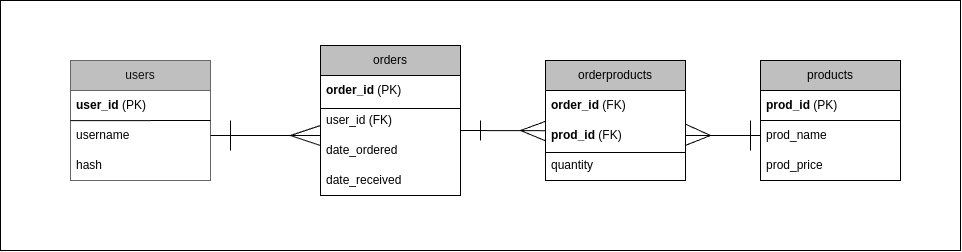
jsaropy/finalproject keeps this draw.io diagram as assets/DB-finalproject.png. Above is the earlier version. Source tidied: cells renumbered, new cells last; positions are measured from the earlier drawing's top-left corner, leaving out a move shared by most shapes.
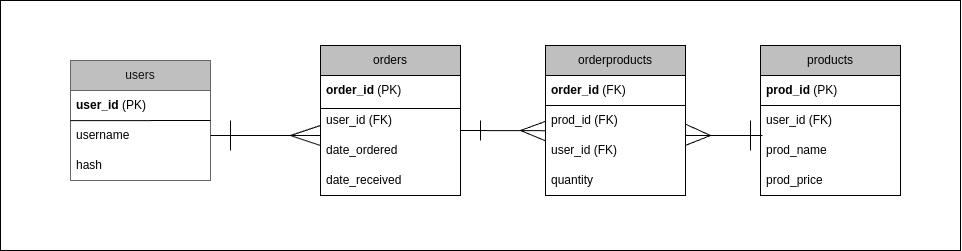
Above is the later version.

The edit, as a diff of the source:
```diff
@@ -21,7 +21,7 @@
       <mxGeometry relative="1" as="geometry" />
     </mxCell>
     <mxCell id="8" value="products" style="swimlane;fontStyle=0;horizontal=1;startSize=30;whiteSpace=wrap;html=1;fillColor=#BFBFBF;" parent="1" vertex="1">
-      <mxGeometry x="760" y="60" width="140" height="120" as="geometry" />
+      <mxGeometry x="760" y="45" width="140" height="150" as="geometry" />
     </mxCell>
     <mxCell id="9" value="&lt;b&gt;prod_id&lt;/b&gt; (PK)" style="text;strokeColor=none;fillColor=none;align=left;verticalAlign=middle;spacingLeft=4;spacingRight=4;overflow=hidden;whiteSpace=wrap;html=1;" parent="8" vertex="1">
       <mxGeometry y="30" width="140" height="30" as="geometry" />
@@ -32,11 +32,14 @@
         <mxPoint x="140" y="60" as="targetPoint" />
       </mxGeometry>
     </mxCell>
+    <mxCell id="36" value="user_id (FK)" style="text;strokeColor=none;fillColor=none;align=left;verticalAlign=middle;spacingLeft=4;spacingRight=4;overflow=hidden;whiteSpace=wrap;html=1;" parent="8" vertex="1">
+      <mxGeometry y="60" width="140" height="30" as="geometry" />
+    </mxCell>
     <mxCell id="11" value="prod_name" style="text;strokeColor=none;fillColor=none;align=left;verticalAlign=middle;spacingLeft=4;spacingRight=4;overflow=hidden;points=[[0,0.5],[1,0.5]];portConstraint=eastwest;whiteSpace=wrap;html=1;" parent="8" vertex="1">
-      <mxGeometry y="60" width="140" height="30" as="geometry" />
+      <mxGeometry y="90" width="140" height="30" as="geometry" />
     </mxCell>
     <mxCell id="12" value="prod_price" style="text;strokeColor=none;fillColor=none;align=left;verticalAlign=middle;spacingLeft=4;spacingRight=4;overflow=hidden;whiteSpace=wrap;html=1;" parent="8" vertex="1">
-      <mxGeometry y="90" width="140" height="30" as="geometry" />
+      <mxGeometry y="120" width="140" height="30" as="geometry" />
     </mxCell>
     <mxCell id="13" style="endArrow=none;html=1;rounded=0;exitX=1;exitY=0.5;exitDx=0;exitDy=0;" parent="1" edge="1" source="5">
       <mxGeometry relative="1" as="geometry">
@@ -83,36 +86,42 @@
       <mxGeometry y="120" width="140" height="30" as="geometry" />
     </mxCell>
     <mxCell id="23" value="orderproducts" style="swimlane;fontStyle=0;horizontal=1;startSize=30;whiteSpace=wrap;html=1;fillColor=#BFBFBF;" parent="1" vertex="1">
-      <mxGeometry x="545" y="60" width="140" height="120" as="geometry" />
+      <mxGeometry x="545" y="45" width="140" height="150" as="geometry" />
     </mxCell>
     <mxCell id="24" value="&lt;b&gt;order_id&lt;/b&gt; (FK)" style="text;strokeColor=none;fillColor=none;align=left;verticalAlign=middle;spacingLeft=4;spacingRight=4;overflow=hidden;whiteSpace=wrap;html=1;" parent="23" vertex="1">
       <mxGeometry y="30" width="140" height="30" as="geometry" />
     </mxCell>
     <mxCell id="25" style="endArrow=none;html=1;rounded=0;exitX=-0.001;exitY=1.005;exitDx=0;exitDy=0;exitPerimeter=0;entryX=1;entryY=0.5;entryDx=0;entryDy=0;" parent="23" edge="1">
       <mxGeometry relative="1" as="geometry">
-        <mxPoint y="92" as="sourcePoint" />
-        <mxPoint x="140" y="92" as="targetPoint" />
+        <mxPoint y="60" as="sourcePoint" />
+        <mxPoint x="140" y="60" as="targetPoint" />
       </mxGeometry>
     </mxCell>
-    <mxCell id="26" value="&lt;b&gt;prod_id&lt;/b&gt; (FK)" style="text;strokeColor=none;fillColor=none;align=left;verticalAlign=middle;spacingLeft=4;spacingRight=4;overflow=hidden;points=[[0,0.5],[1,0.5]];portConstraint=eastwest;whiteSpace=wrap;html=1;" parent="23" vertex="1">
+    <mxCell id="26" value="prod_id (FK)" style="text;strokeColor=none;fillColor=none;align=left;verticalAlign=middle;spacingLeft=4;spacingRight=4;overflow=hidden;points=[[0,0.5],[1,0.5]];portConstraint=eastwest;whiteSpace=wrap;html=1;" parent="23" vertex="1">
       <mxGeometry y="60" width="140" height="30" as="geometry" />
     </mxCell>
+    <mxCell id="37" value="user_id (FK)" style="text;strokeColor=none;fillColor=none;align=left;verticalAlign=middle;spacingLeft=4;spacingRight=4;overflow=hidden;whiteSpace=wrap;html=1;" parent="23" vertex="1">
+      <mxGeometry y="90" width="140" height="30" as="geometry" />
+    </mxCell>
     <mxCell id="27" value="quantity" style="text;strokeColor=none;fillColor=none;align=left;verticalAlign=middle;spacingLeft=4;spacingRight=4;overflow=hidden;whiteSpace=wrap;html=1;" parent="23" vertex="1">
-      <mxGeometry y="90" width="140" height="30" as="geometry" />
+      <mxGeometry y="120" width="140" height="30" as="geometry" />
     </mxCell>
-    <mxCell id="28" style="endArrow=none;html=1;rounded=0;exitX=1;exitY=0.5;exitDx=0;exitDy=0;entryX=0.002;entryY=0.34;entryDx=0;entryDy=0;entryPerimeter=0;" parent="1" edge="1" target="26">
+    <mxCell id="28" style="endArrow=none;html=1;rounded=0;exitX=1;exitY=0.5;exitDx=0;exitDy=0;entryX=0.002;entryY=0.34;entryDx=0;entryDy=0;entryPerimeter=0;" parent="1" edge="1">
       <mxGeometry relative="1" as="geometry">
         <mxPoint x="460" y="130" as="sourcePoint" />
+        <mxPoint x="545.3" y="130.2" as="targetPoint" />
       </mxGeometry>
     </mxCell>
-    <mxCell id="29" style="endArrow=none;html=1;rounded=0;entryX=0.001;entryY=0.679;entryDx=0;entryDy=0;entryPerimeter=0;" parent="1" edge="1" target="26">
+    <mxCell id="29" style="endArrow=none;html=1;rounded=0;entryX=0.001;entryY=0.679;entryDx=0;entryDy=0;entryPerimeter=0;" parent="1" edge="1">
       <mxGeometry relative="1" as="geometry">
         <mxPoint x="520" y="130" as="sourcePoint" />
+        <mxPoint x="545.1" y="140.4" as="targetPoint" />
       </mxGeometry>
     </mxCell>
-    <mxCell id="30" style="endArrow=none;html=1;rounded=0;entryX=-0.001;entryY=0.03;entryDx=0;entryDy=0;entryPerimeter=0;" parent="1" edge="1" target="26">
+    <mxCell id="30" style="endArrow=none;html=1;rounded=0;entryX=-0.001;entryY=0.03;entryDx=0;entryDy=0;entryPerimeter=0;" parent="1" edge="1">
       <mxGeometry relative="1" as="geometry">
         <mxPoint x="520" y="130" as="sourcePoint" />
+        <mxPoint x="544.9" y="120.9" as="targetPoint" />
       </mxGeometry>
     </mxCell>
     <mxCell id="31" style="endArrow=none;html=1;rounded=0;" parent="1" edge="1">
@@ -121,8 +130,10 @@
         <mxPoint x="480" y="140" as="targetPoint" />
       </mxGeometry>
     </mxCell>
-    <mxCell id="32" style="endArrow=none;html=1;rounded=0;exitX=1;exitY=0.5;exitDx=0;exitDy=0;entryX=0;entryY=0.5;entryDx=0;entryDy=0;" parent="1" edge="1" source="26" target="11">
-      <mxGeometry relative="1" as="geometry" />
+    <mxCell id="32" style="endArrow=none;html=1;rounded=0;exitX=1;exitY=0.5;exitDx=0;exitDy=0;entryX=0.014;entryY=0.002;entryDx=0;entryDy=0;entryPerimeter=0;" parent="1" edge="1" target="11">
+      <mxGeometry relative="1" as="geometry">
+        <mxPoint x="685" y="135" as="sourcePoint" />
+      </mxGeometry>
     </mxCell>
     <mxCell id="33" style="endArrow=none;html=1;rounded=0;" parent="1" edge="1">
       <mxGeometry relative="1" as="geometry">
@@ -130,9 +141,10 @@
         <mxPoint x="710" y="135" as="targetPoint" />
       </mxGeometry>
     </mxCell>
-    <mxCell id="34" style="endArrow=none;html=1;rounded=0;entryX=0.998;entryY=0.833;entryDx=0;entryDy=0;entryPerimeter=0;" parent="1" edge="1" target="26">
+    <mxCell id="34" style="endArrow=none;html=1;rounded=0;entryX=0.998;entryY=0.833;entryDx=0;entryDy=0;entryPerimeter=0;" parent="1" edge="1">
       <mxGeometry relative="1" as="geometry">
         <mxPoint x="710" y="135" as="sourcePoint" />
+        <mxPoint x="684.7" y="145" as="targetPoint" />
       </mxGeometry>
     </mxCell>
     <mxCell id="35" style="endArrow=none;html=1;rounded=0;" parent="1" edge="1">
```
